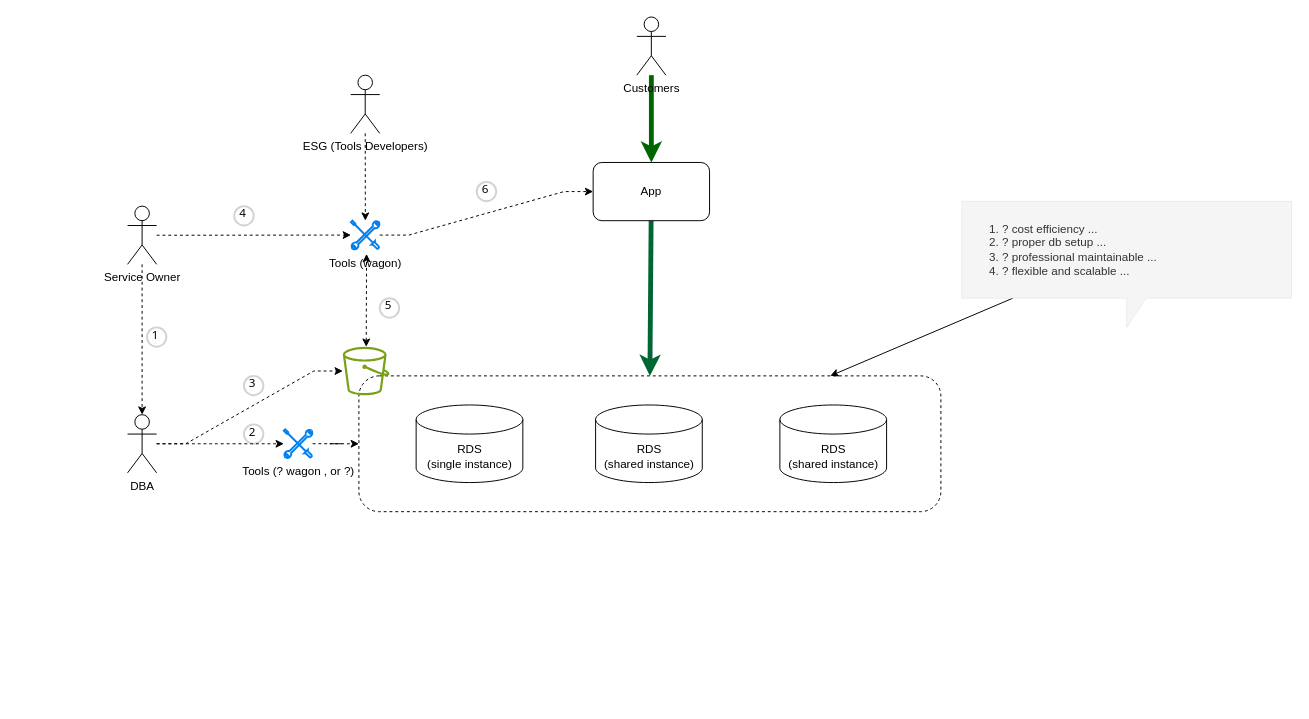
The draw.io diagram common db idea.drawio in jiangtao7/draw.io, before the edit. Source tidied: cells renumbered, new cells numbered last; positions are measured from the earlier drawing's top-left corner, leaving out a move shared by most shapes. Both pictures are drawn from the tidied source at 97%, with x=0, y=0 at pixel (127, 16).
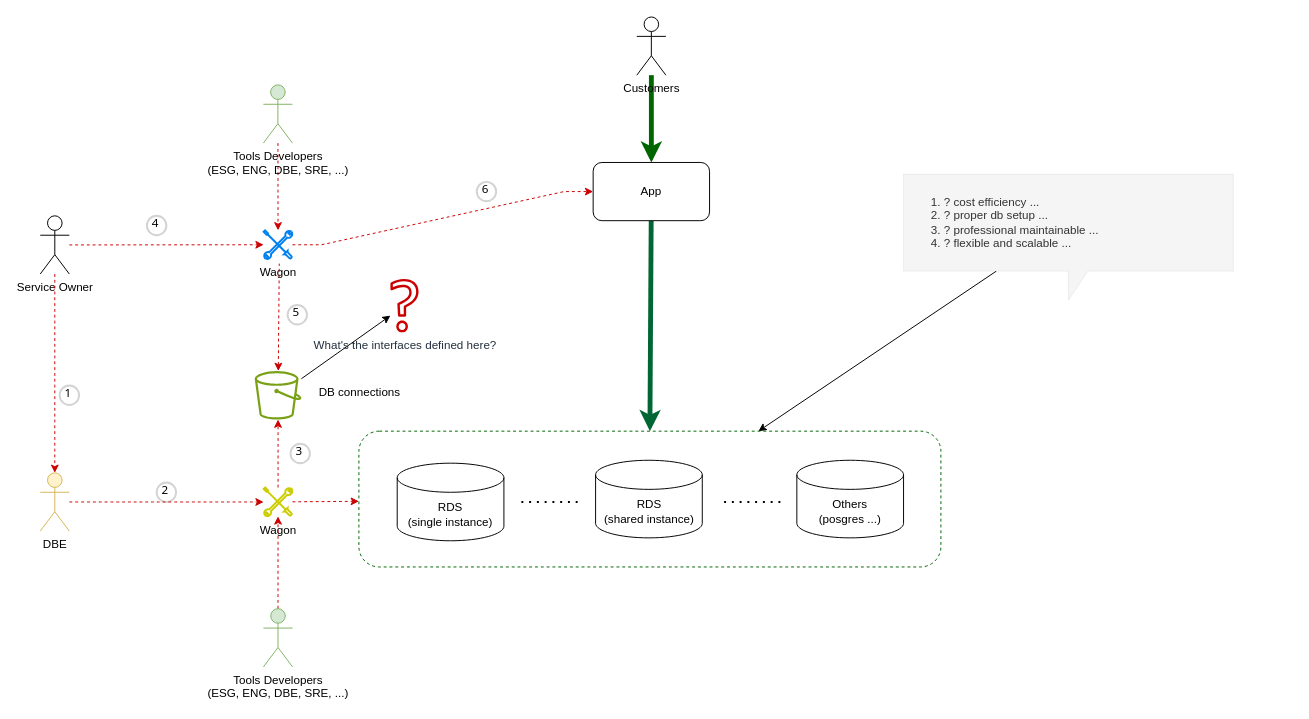
The same diagram, later.

Unchanged cells that the change refers to:
```xml
<mxCell id="4" value="App" style="rounded=1;whiteSpace=wrap;html=1;" parent="1" vertex="1">
  <mxGeometry x="480" y="150" width="120" height="60" as="geometry" />
</mxCell>
```

Diff of the diagram source:
```diff
@@
-    <mxCell id="2" style="rounded=1;whiteSpace=wrap;html=1;dashed=1;" parent="1" vertex="1">
-      <mxGeometry x="238.5" y="370" width="600" height="140" as="geometry" />
+    <mxCell id="2" style="rounded=1;whiteSpace=wrap;html=1;dashed=1;strokeColor=#006600;" parent="1" vertex="1">
+      <mxGeometry x="238.5" y="427" width="600" height="140" as="geometry" />
     </mxCell>
@@
     <mxCell id="5" value="RDS&lt;br&gt;(single instance)" style="shape=cylinder3;whiteSpace=wrap;html=1;boundedLbl=1;backgroundOutline=1;size=15;" parent="1" vertex="1">
-      <mxGeometry x="297.5" y="400" width="110" height="80" as="geometry" />
+      <mxGeometry x="278" y="460" width="110" height="80" as="geometry" />
     </mxCell>
@@
-    <mxCell id="8" style="edgeStyle=entityRelationEdgeStyle;rounded=0;jettySize=auto;html=1;entryX=0;entryY=0.5;entryDx=0;entryDy=0;dashed=1;" parent="1" edge="1" source="9" target="4">
+    <mxCell id="8" style="edgeStyle=entityRelationEdgeStyle;rounded=0;jettySize=auto;html=1;entryX=0;entryY=0.5;entryDx=0;entryDy=0;dashed=1;strokeColor=#CC0000;" parent="1" edge="1" source="9" target="4">
       <mxGeometry relative="1" as="geometry" />
     </mxCell>
-    <mxCell id="9" value="Tools (wagon)" style="html=1;verticalLabelPosition=bottom;align=center;labelBackgroundColor=#ffffff;verticalAlign=top;strokeWidth=2;strokeColor=#0080F0;shadow=0;dashed=0;shape=mxgraph.ios7.icons.tools;" parent="1" vertex="1">
-      <mxGeometry x="230.3" y="210" width="29.7" height="29.7" as="geometry" />
+    <mxCell id="9" value="Wagon" style="html=1;verticalLabelPosition=bottom;align=center;labelBackgroundColor=#ffffff;verticalAlign=top;strokeWidth=2;strokeColor=#0080F0;shadow=0;dashed=0;shape=mxgraph.ios7.icons.tools;" parent="1" vertex="1">
+      <mxGeometry x="140.3" y="220" width="29.7" height="29.7" as="geometry" />
     </mxCell>
-    <mxCell id="10" style="edgeStyle=entityRelationEdgeStyle;rounded=0;jettySize=auto;html=1;dashed=1;" parent="1" edge="1" source="11" target="9">
+    <mxCell id="10" style="edgeStyle=entityRelationEdgeStyle;rounded=0;jettySize=auto;html=1;dashed=1;strokeColor=#CC0000;" parent="1" edge="1" source="11" target="9">
       <mxGeometry relative="1" as="geometry" />
     </mxCell>
     <mxCell id="11" value="Service Owner" style="shape=umlActor;verticalLabelPosition=bottom;verticalAlign=top;html=1;outlineConnect=0;" parent="1" vertex="1">
-      <mxGeometry y="195" width="30" height="60" as="geometry" />
+      <mxGeometry x="-90" y="205" width="30" height="60" as="geometry" />
     </mxCell>
-    <mxCell id="12" style="edgeStyle=none;rounded=0;jettySize=auto;html=1;dashed=1;" parent="1" edge="1" source="13" target="9">
+    <mxCell id="12" style="edgeStyle=none;rounded=0;jettySize=auto;html=1;dashed=1;strokeColor=#CC0000;" parent="1" edge="1" source="13" target="9">
       <mxGeometry relative="1" as="geometry" />
     </mxCell>
-    <mxCell id="13" value="ESG (Tools Developers)" style="shape=umlActor;verticalLabelPosition=bottom;verticalAlign=top;html=1;outlineConnect=0;" parent="1" vertex="1">
-      <mxGeometry x="230" y="60" width="30" height="60" as="geometry" />
+    <mxCell id="13" value="Tools Developers&lt;br&gt;(ESG, ENG, DBE, SRE, ...)" style="shape=umlActor;verticalLabelPosition=bottom;verticalAlign=top;html=1;outlineConnect=0;fillColor=#d5e8d4;strokeColor=#82b366;" parent="1" vertex="1">
+      <mxGeometry x="140" y="70" width="30" height="60" as="geometry" />
     </mxCell>
+    <mxCell id="32" style="edgeStyle=none;rounded=0;jettySize=auto;html=1;" parent="1" edge="1" source="14" target="35">
+      <mxGeometry relative="1" as="geometry" />
+    </mxCell>
     <mxCell id="14" style="sketch=0;outlineConnect=0;fontColor=#232F3E;gradientColor=none;fillColor=#7AA116;strokeColor=none;dashed=0;verticalLabelPosition=bottom;verticalAlign=top;align=center;html=1;fontSize=12;fontStyle=0;shape=mxgraph.aws4.bucket;" parent="1" vertex="1">
-      <mxGeometry x="221.9" y="340" width="48.1" height="50" as="geometry" />
+      <mxGeometry x="131.1" y="365" width="48.1" height="50" as="geometry" />
     </mxCell>
-    <mxCell id="15" style="edgeStyle=none;rounded=0;jettySize=auto;html=1;entryX=0.542;entryY=1.154;entryDx=0;entryDy=0;entryPerimeter=0;startArrow=classic;startFill=1;dashed=1;" parent="1" edge="1" source="14" target="9">
+    <mxCell id="15" style="edgeStyle=none;rounded=0;jettySize=auto;html=1;entryX=0.542;entryY=1.154;entryDx=0;entryDy=0;entryPerimeter=0;startArrow=classic;startFill=1;dashed=1;endArrow=none;endFill=0;strokeColor=#CC0000;" parent="1" edge="1" source="14" target="9">
       <mxGeometry relative="1" as="geometry" />
     </mxCell>
     <mxCell id="16" value="1" style="ellipse;whiteSpace=wrap;html=1;strokeWidth=2;fontFamily=Tahoma;spacingBottom=4;spacingRight=2;strokeColor=#d3d3d3;" parent="1" vertex="1">
-      <mxGeometry x="20" y="320" width="20" height="20" as="geometry" />
+      <mxGeometry x="-70" y="380" width="20" height="20" as="geometry" />
     </mxCell>
     <mxCell id="17" value="2" style="ellipse;whiteSpace=wrap;html=1;strokeWidth=2;fontFamily=Tahoma;spacingBottom=4;spacingRight=2;strokeColor=#d3d3d3;" parent="1" vertex="1">
-      <mxGeometry x="120" y="420" width="20" height="20" as="geometry" />
+      <mxGeometry x="30" y="480" width="20" height="20" as="geometry" />
     </mxCell>
     <mxCell id="18" value="3" style="ellipse;whiteSpace=wrap;html=1;strokeWidth=2;fontFamily=Tahoma;spacingBottom=4;spacingRight=2;strokeColor=#d3d3d3;" parent="1" vertex="1">
-      <mxGeometry x="120" y="370" width="20" height="20" as="geometry" />
+      <mxGeometry x="168" y="440" width="20" height="20" as="geometry" />
     </mxCell>
     <mxCell id="19" value="4" style="ellipse;whiteSpace=wrap;html=1;strokeWidth=2;fontFamily=Tahoma;spacingBottom=4;spacingRight=2;strokeColor=#d3d3d3;" parent="1" vertex="1">
-      <mxGeometry x="110" y="195" width="20" height="20" as="geometry" />
+      <mxGeometry x="20" y="205" width="20" height="20" as="geometry" />
     </mxCell>
@@
     <mxCell id="21" value="&lt;ol&gt;&lt;li&gt;? cost efficiency ...&amp;nbsp;&lt;/li&gt;&lt;li&gt;? proper db setup ...&amp;nbsp;&lt;/li&gt;&lt;li&gt;? professional maintainable ...&lt;/li&gt;&lt;li&gt;? flexible and scalable ...&lt;/li&gt;&lt;/ol&gt;" style="shape=callout;whiteSpace=wrap;html=1;perimeter=calloutPerimeter;align=left;dashed=1;strokeWidth=0;fillColor=#f5f5f5;fontColor=#333333;strokeColor=#666666;" parent="1" vertex="1">
-      <mxGeometry x="860" y="190" width="340" height="130" as="geometry" />
+      <mxGeometry x="800" y="162" width="340" height="130" as="geometry" />
     </mxCell>
     <mxCell id="22" value="RDS&lt;br&gt;(shared instance)" style="shape=cylinder3;whiteSpace=wrap;html=1;boundedLbl=1;backgroundOutline=1;size=15;" parent="1" vertex="1">
-      <mxGeometry x="482.5" y="400" width="110" height="80" as="geometry" />
+      <mxGeometry x="482.5" y="457" width="110" height="80" as="geometry" />
     </mxCell>
-    <mxCell id="23" value="RDS&lt;br&gt;(shared instance)" style="shape=cylinder3;whiteSpace=wrap;html=1;boundedLbl=1;backgroundOutline=1;size=15;" parent="1" vertex="1">
-      <mxGeometry x="672.5" y="400" width="110" height="80" as="geometry" />
+    <mxCell id="23" value="Others&lt;br&gt;(posgres ...)" style="shape=cylinder3;whiteSpace=wrap;html=1;boundedLbl=1;backgroundOutline=1;size=15;" parent="1" vertex="1">
+      <mxGeometry x="690" y="457" width="110" height="80" as="geometry" />
     </mxCell>
-    <mxCell id="24" style="edgeStyle=orthogonalEdgeStyle;curved=1;rounded=0;jettySize=auto;html=1;dashed=1;" parent="1" edge="1" source="26" target="28">
+    <mxCell id="24" style="edgeStyle=orthogonalEdgeStyle;curved=1;rounded=0;jettySize=auto;html=1;dashed=1;strokeColor=#CC0000;" parent="1" edge="1" source="26" target="28">
       <mxGeometry relative="1" as="geometry" />
     </mxCell>
-    <mxCell id="25" style="edgeStyle=entityRelationEdgeStyle;rounded=0;jettySize=auto;html=1;dashed=1;" parent="1" edge="1" source="26" target="14">
-      <mxGeometry relative="1" as="geometry" />
-    </mxCell>
-    <mxCell id="26" value="DBA" style="shape=umlActor;verticalLabelPosition=bottom;verticalAlign=top;html=1;outlineConnect=0;" parent="1" vertex="1">
-      <mxGeometry y="410" width="30" height="60" as="geometry" />
+    <mxCell id="26" value="DBE" style="shape=umlActor;verticalLabelPosition=bottom;verticalAlign=top;html=1;outlineConnect=0;fillColor=#fff2cc;strokeColor=#d6b656;" parent="1" vertex="1">
+      <mxGeometry x="-90" y="470" width="30" height="60" as="geometry" />
     </mxCell>
+    <mxCell id="33" style="edgeStyle=none;rounded=0;jettySize=auto;html=1;dashed=1;strokeColor=#CC0000;" parent="1" edge="1" source="28" target="14">
+      <mxGeometry relative="1" as="geometry" />
+    </mxCell>
-    <mxCell id="27" style="edgeStyle=entityRelationEdgeStyle;rounded=0;jettySize=auto;html=1;entryX=0;entryY=0.5;entryDx=0;entryDy=0;dashed=1;" parent="1" edge="1" source="28" target="2">
+    <mxCell id="27" style="edgeStyle=none;rounded=0;jettySize=auto;html=1;dashed=1;strokeColor=#CC0000;" parent="1" edge="1" source="28" target="2">
       <mxGeometry relative="1" as="geometry" />
     </mxCell>
-    <mxCell id="28" value="Tools (? wagon , or ?)" style="html=1;verticalLabelPosition=bottom;align=center;labelBackgroundColor=#ffffff;verticalAlign=top;strokeWidth=2;strokeColor=#0080F0;shadow=0;dashed=0;shape=mxgraph.ios7.icons.tools;" parent="1" vertex="1">
-      <mxGeometry x="161.1" y="425.1" width="29.7" height="29.7" as="geometry" />
+    <mxCell id="28" value="Wagon" style="html=1;verticalLabelPosition=bottom;align=center;labelBackgroundColor=#ffffff;verticalAlign=top;strokeWidth=2;strokeColor=#CCCC00;shadow=0;dashed=0;shape=mxgraph.ios7.icons.tools;" parent="1" vertex="1">
+      <mxGeometry x="140.3" y="485.1" width="29.7" height="29.7" as="geometry" />
     </mxCell>
-    <mxCell id="29" style="edgeStyle=none;rounded=0;jettySize=auto;html=1;entryX=0.5;entryY=0;entryDx=0;entryDy=0;entryPerimeter=0;dashed=1;" parent="1" edge="1" source="11" target="26">
+    <mxCell id="29" style="edgeStyle=none;rounded=0;jettySize=auto;html=1;entryX=0.5;entryY=0;entryDx=0;entryDy=0;entryPerimeter=0;dashed=1;strokeColor=#CC0000;" parent="1" edge="1" source="11" target="26">
       <mxGeometry relative="1" as="geometry" />
     </mxCell>
     <mxCell id="30" value="5" style="ellipse;whiteSpace=wrap;html=1;strokeWidth=2;fontFamily=Tahoma;spacingBottom=4;spacingRight=2;strokeColor=#d3d3d3;" parent="1" vertex="1">
-      <mxGeometry x="260" y="290" width="20" height="20" as="geometry" />
+      <mxGeometry x="165" y="297" width="20" height="20" as="geometry" />
     </mxCell>
@@
+    <mxCell id="34" value="DB connections" style="text;html=1;align=center;verticalAlign=middle;strokeColor=none;fillColor=none;" parent="1" vertex="1">
+      <mxGeometry x="188" y="374" width="102" height="26" as="geometry" />
+    </mxCell>
+    <mxCell id="35" value="What's the interfaces defined here?" style="sketch=0;outlineConnect=0;fontColor=#232F3E;gradientColor=none;fillColor=#CC0000;strokeColor=none;dashed=0;verticalLabelPosition=bottom;verticalAlign=top;align=center;html=1;fontSize=12;fontStyle=0;shape=mxgraph.aws4.question;" parent="1" vertex="1">
+      <mxGeometry x="271" y="270" width="29" height="55.2" as="geometry" />
+    </mxCell>
+    <mxCell id="36" style="endArrow=none;dashed=1;html=1;dashPattern=1 3;strokeWidth=2;rounded=0;" parent="1" edge="1">
+      <mxGeometry relative="1" as="geometry">
+        <mxPoint x="406" y="500" as="sourcePoint" />
+        <mxPoint x="465" y="500" as="targetPoint" />
+      </mxGeometry>
+    </mxCell>
+    <mxCell id="37" style="endArrow=none;dashed=1;html=1;dashPattern=1 3;strokeWidth=2;rounded=0;" parent="1" edge="1">
+      <mxGeometry relative="1" as="geometry">
+        <mxPoint x="615" y="500" as="sourcePoint" />
+        <mxPoint x="674" y="500" as="targetPoint" />
+      </mxGeometry>
+    </mxCell>
+    <mxCell id="38" style="edgeStyle=none;rounded=0;jettySize=auto;html=1;dashed=1;strokeColor=#CC0000;" parent="1" edge="1" source="39" target="28">
+      <mxGeometry relative="1" as="geometry" />
+    </mxCell>
+    <mxCell id="39" value="Tools Developers&lt;br&gt;(ESG, ENG, DBE, SRE, ...)" style="shape=umlActor;verticalLabelPosition=bottom;verticalAlign=top;html=1;outlineConnect=0;fillColor=#d5e8d4;strokeColor=#82b366;" parent="1" vertex="1">
+      <mxGeometry x="140.1" y="610" width="30" height="60" as="geometry" />
+    </mxCell>
```
